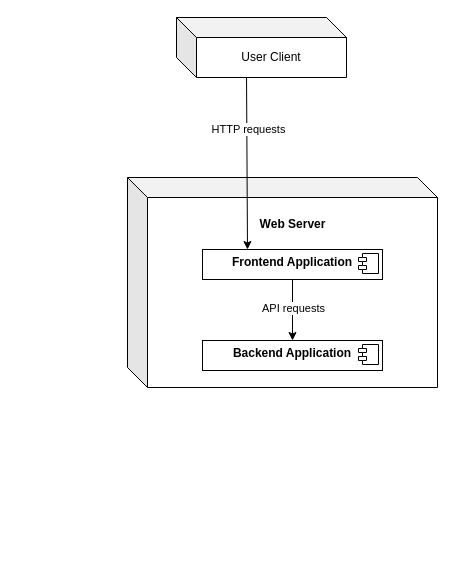
Harshul1484/BMP- keeps this draw.io diagram as Deployment Diagram.drawio. Above is the earlier version. Source tidied: cells renumbered, new cells numbered last; positions are measured from the earlier drawing's top-left corner, leaving out a move shared by most shapes. Both pictures are drawn from the tidied source at 100%, with x=0, y=0 at pixel (127, 17).
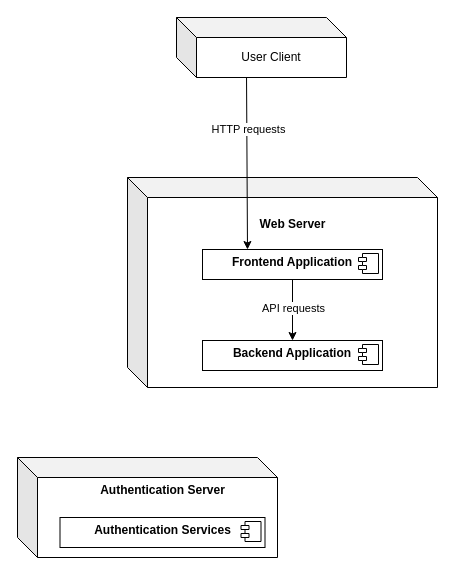
The same diagram, later.

The edit, as a diff of the source:
```diff
@@
 <mxGraphModel>
   <root>
     <mxCell id="0" />
     <mxCell id="1" parent="0" />
     <mxCell id="2" value="User Client" style="shape=cube;whiteSpace=wrap;html=1;boundedLbl=1;backgroundOutline=1;darkOpacity=0.05;darkOpacity2=0.1;" parent="1" vertex="1">
       <mxGeometry x="49" width="170" height="60" as="geometry" />
     </mxCell>
     <mxCell id="3" style="shape=cube;whiteSpace=wrap;html=1;boundedLbl=1;backgroundOutline=1;darkOpacity=0.05;darkOpacity2=0.1;" parent="1" vertex="1">
       <mxGeometry y="160" width="310" height="210" as="geometry" />
     </mxCell>
     <mxCell id="4" style="edgeStyle=orthogonalEdgeStyle;rounded=0;jettySize=auto;html=1;exitX=0.5;exitY=1;exitDx=0;exitDy=0;entryX=0.5;entryY=0;entryDx=0;entryDy=0;" parent="1" edge="1" source="6" target="8">
       <mxGeometry relative="1" as="geometry" />
     </mxCell>
     <mxCell id="5" value="API requests" style="edgeLabel;html=1;align=center;verticalAlign=middle;" parent="4" vertex="1">
       <mxGeometry x="-0.08" relative="1" as="geometry" />
     </mxCell>
     <mxCell id="6" value="&lt;p style=&quot;margin:0px;margin-top:6px;text-align:center;&quot;&gt;&lt;b&gt;Frontend Application&lt;/b&gt;&lt;/p&gt;" style="align=left;overflow=fill;html=1;whiteSpace=wrap;" parent="1" vertex="1">
       <mxGeometry x="75" y="232" width="180" height="30" as="geometry" />
     </mxCell>
     <mxCell id="7" style="shape=component;jettyWidth=8;jettyHeight=4;" parent="6" vertex="1">
       <mxGeometry x="1" width="20" height="20" relative="1" as="geometry">
         <mxPoint x="-24" y="4" as="offset" />
       </mxGeometry>
     </mxCell>
     <mxCell id="8" value="&lt;p style=&quot;margin:0px;margin-top:6px;text-align:center;&quot;&gt;&lt;b&gt;Backend Application&lt;/b&gt;&lt;/p&gt;" style="align=left;overflow=fill;html=1;whiteSpace=wrap;" parent="1" vertex="1">
       <mxGeometry x="75" y="323" width="180" height="30" as="geometry" />
     </mxCell>
     <mxCell id="9" style="shape=component;jettyWidth=8;jettyHeight=4;" parent="8" vertex="1">
       <mxGeometry x="1" width="20" height="20" relative="1" as="geometry">
         <mxPoint x="-24" y="4" as="offset" />
       </mxGeometry>
     </mxCell>
     <mxCell id="10" value="Web Server" style="text;align=center;fontStyle=1;verticalAlign=middle;spacingLeft=3;spacingRight=3;strokeColor=none;html=1;" parent="1" vertex="1">
       <mxGeometry x="125" y="194" width="80" height="26" as="geometry" />
     </mxCell>
     <mxCell id="11" style="endArrow=classic;html=1;rounded=0;exitX=0.412;exitY=1;exitDx=0;exitDy=0;exitPerimeter=0;entryX=0.25;entryY=0;entryDx=0;entryDy=0;" parent="1" edge="1" source="2" target="6">
       <mxGeometry relative="1" as="geometry" />
     </mxCell>
     <mxCell id="12" value="HTTP requests" style="edgeLabel;html=1;align=center;verticalAlign=middle;" parent="11" vertex="1">
       <mxGeometry x="-0.4" y="1" relative="1" as="geometry" />
     </mxCell>
+    <mxCell id="13" style="shape=cube;whiteSpace=wrap;html=1;boundedLbl=1;backgroundOutline=1;darkOpacity=0.05;darkOpacity2=0.1;" parent="1" vertex="1">
+      <mxGeometry x="-110" y="440" width="260" height="100" as="geometry" />
+    </mxCell>
+    <mxCell id="14" value="Authentication Server" style="text;align=center;fontStyle=1;verticalAlign=middle;spacingLeft=3;spacingRight=3;strokeColor=none;html=1;" parent="1" vertex="1">
+      <mxGeometry x="-5" y="460" width="80" height="26" as="geometry" />
+    </mxCell>
+    <mxCell id="15" value="&lt;p style=&quot;text-align: center; margin: 6px 0px 0px;&quot;&gt;&lt;span style=&quot;font-weight: 700; text-wrap: nowrap;&quot;&gt;Authentication Services&lt;/span&gt;&lt;br&gt;&lt;/p&gt;" style="align=left;overflow=fill;html=1;whiteSpace=wrap;" parent="1" vertex="1">
+      <mxGeometry x="-67.5" y="500" width="205" height="30" as="geometry" />
+    </mxCell>
+    <mxCell id="16" style="shape=component;jettyWidth=8;jettyHeight=4;" parent="15" vertex="1">
+      <mxGeometry x="1" width="20" height="20" relative="1" as="geometry">
+        <mxPoint x="-24" y="4" as="offset" />
+      </mxGeometry>
+    </mxCell>
   </root>
 </mxGraphModel>
```
